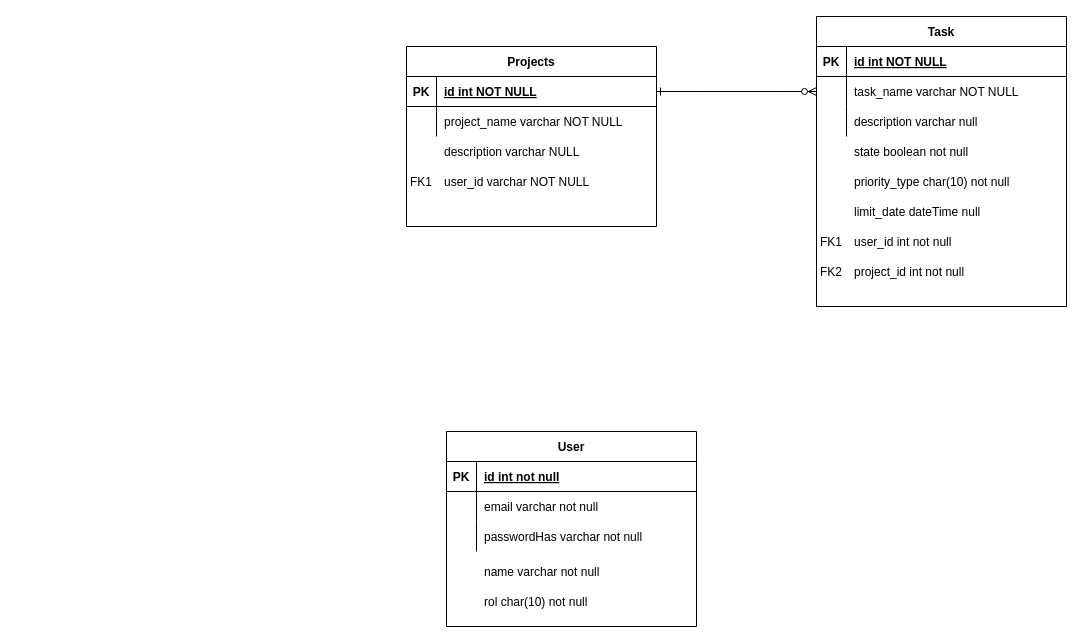
This is task_manager.drawio from DrDaxter/diagrams, a draw.io file, before an edit. Source tidied: cells renumbered, new cells numbered last; positions are measured from the earlier drawing's top-left corner, leaving out a move shared by most shapes. Both pictures are drawn from the tidied source at 100%, with x=0, y=0 at pixel (406, 16).
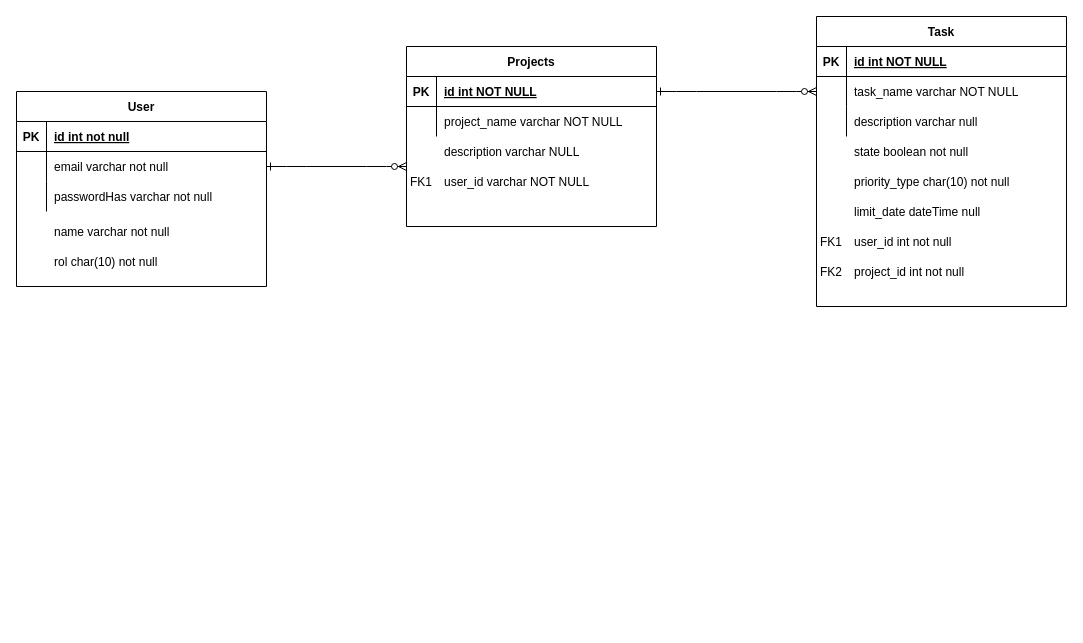
Above is the later version.

Unchanged cells that the change refers to:
```xml
<mxCell id="7" style="shape=partialRectangle;fillColor=none;points=[[0,0.5],[1,0.5]];portConstraint=eastwest;top=0;left=0;right=0;bottom=0;" parent="3" vertex="1">
  <mxGeometry y="60" width="250" height="30" as="geometry" />
</mxCell>
```

What changed in the source:
```diff
@@
     <mxCell id="3" value="User" style="shape=table;startSize=30;childLayout=tableLayout;rowLines=0;fontStyle=1;align=center;" parent="1" vertex="1">
-      <mxGeometry x="40" y="415" width="250" height="195" as="geometry" />
+      <mxGeometry x="-390" y="75" width="250" height="195" as="geometry" />
     </mxCell>
@@
     <mxCell id="40" value="name varchar not null" style="shape=partialRectangle;overflow=hidden;fillColor=none;top=0;left=0;bottom=0;right=0;align=left;spacingLeft=6;" parent="1" vertex="1">
-      <mxGeometry x="70" y="540" width="220" height="30" as="geometry" />
+      <mxGeometry x="-360" y="200" width="220" height="30" as="geometry" />
     </mxCell>
     <mxCell id="41" value="rol char(10) not null" style="shape=partialRectangle;overflow=hidden;fillColor=none;top=0;left=0;bottom=0;right=0;align=left;spacingLeft=6;" parent="1" vertex="1">
-      <mxGeometry x="70" y="570" width="220" height="30" as="geometry" />
+      <mxGeometry x="-360" y="230" width="220" height="30" as="geometry" />
     </mxCell>
+    <mxCell id="42" style="edgeStyle=entityRelationEdgeStyle;endArrow=ERzeroToMany;startArrow=ERone;endFill=1;startFill=0;strokeColor=default;exitX=1;exitY=0.5;exitDx=0;exitDy=0;" parent="1" edge="1" source="7">
+      <mxGeometry relative="1" as="geometry">
+        <mxPoint y="150" as="targetPoint" />
+      </mxGeometry>
+    </mxCell>
```
